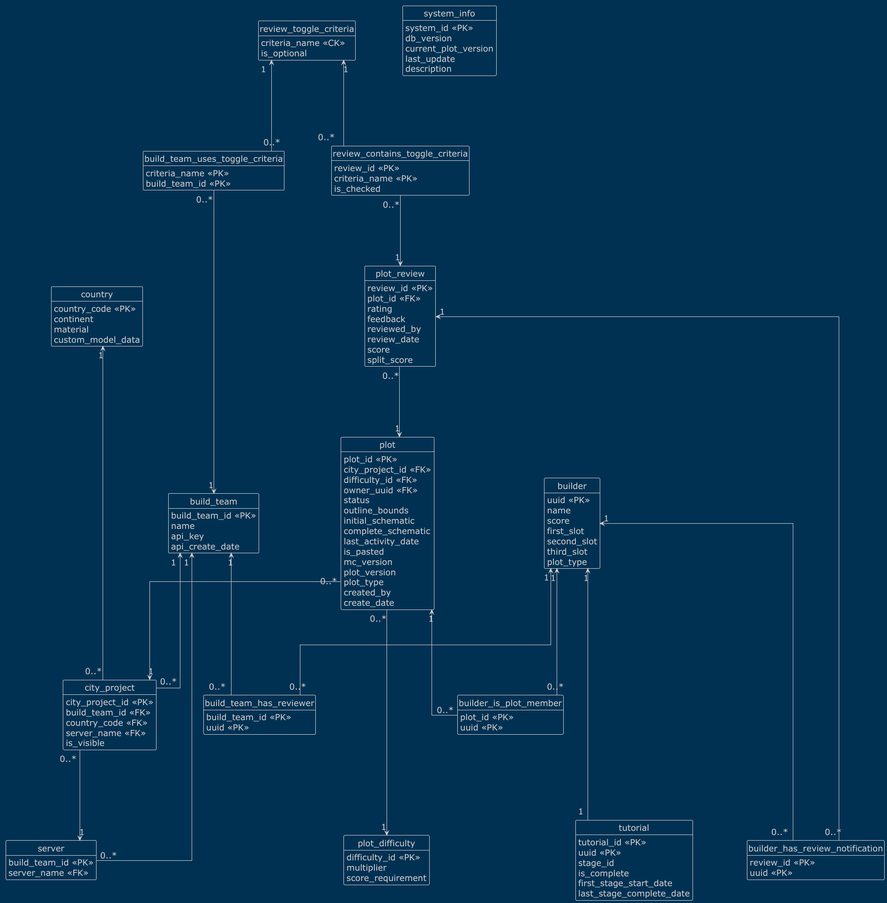
The PlantUML diagram logical-db.png in AlpsBTE/Plot-System-DB, before a commit.
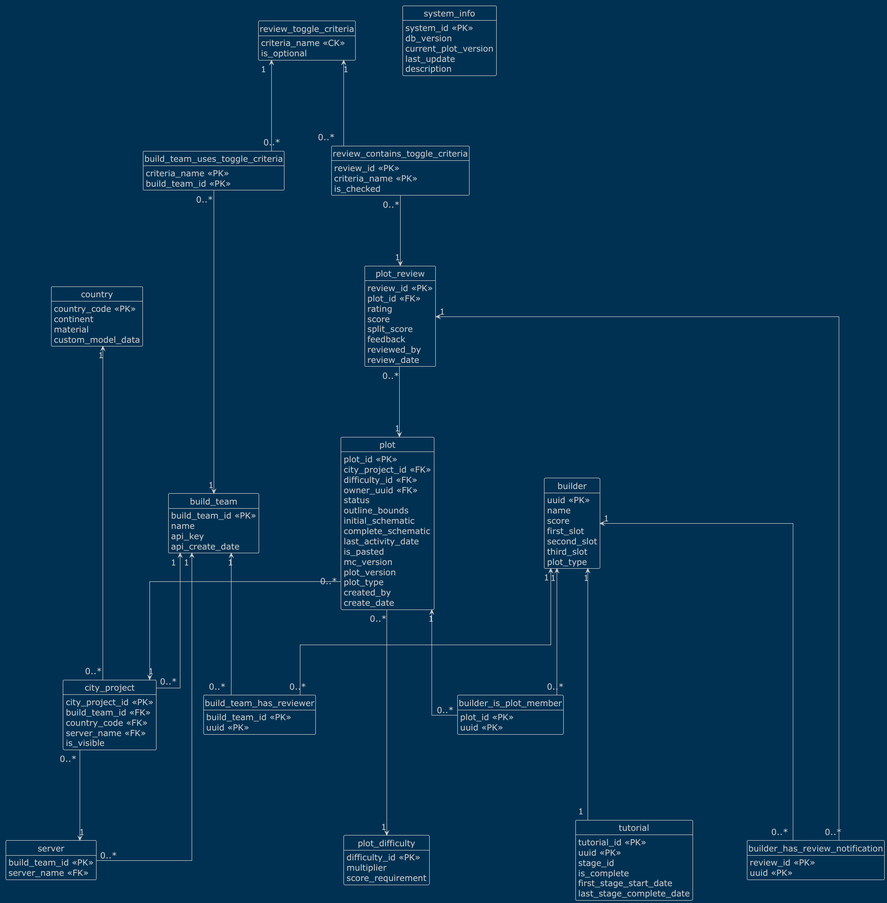
The same diagram one commit later.

Change to the diagram source:
```diff
@@ -91,11 +91,11 @@
     review_id <<PK>>
     plot_id <<FK>>
     rating
+    score
+    split_score
     feedback
     reviewed_by
     review_date
-    score
-    split_score
 }
 
 entity review_toggle_criteria {
```
